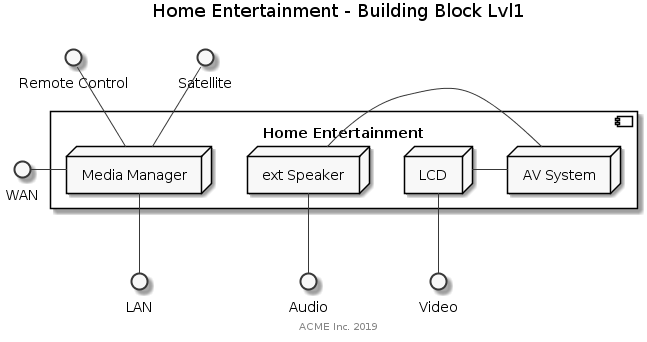
Above: system/0.9.0/_images/building-block-lvl1.png in anoff/antora-arc42 (PlantUML), before the change.
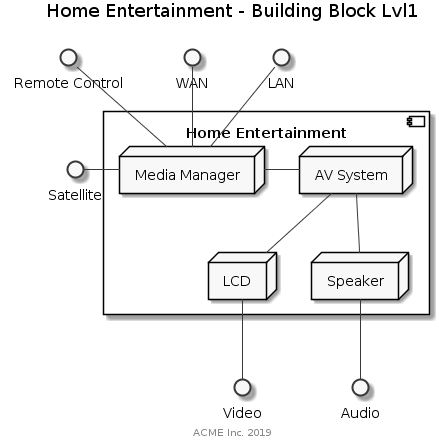
The same file after the commit.

The edit, as a diff of the source:
```diff
@@ -13,16 +13,17 @@
 component "Home Entertainment" as system {
   node "Media Manager" as mediaman
   node LCD
-  node "ext Speaker" as speaker
+  node "Speaker" as speaker
   node "AV System" as av
 }
 
 rc -down- mediaman
-WAN -right- mediaman
-LAN -up- mediaman
-Satellite -down- mediaman
+WAN -down- mediaman
+LAN -down- mediaman
+Satellite - mediaman
 Audio -up- speaker
 Video -up- LCD
-speaker - av
-LCD - av
+speaker -up- av
+LCD -up- av
+mediaman -right- av
 @enduml
```
